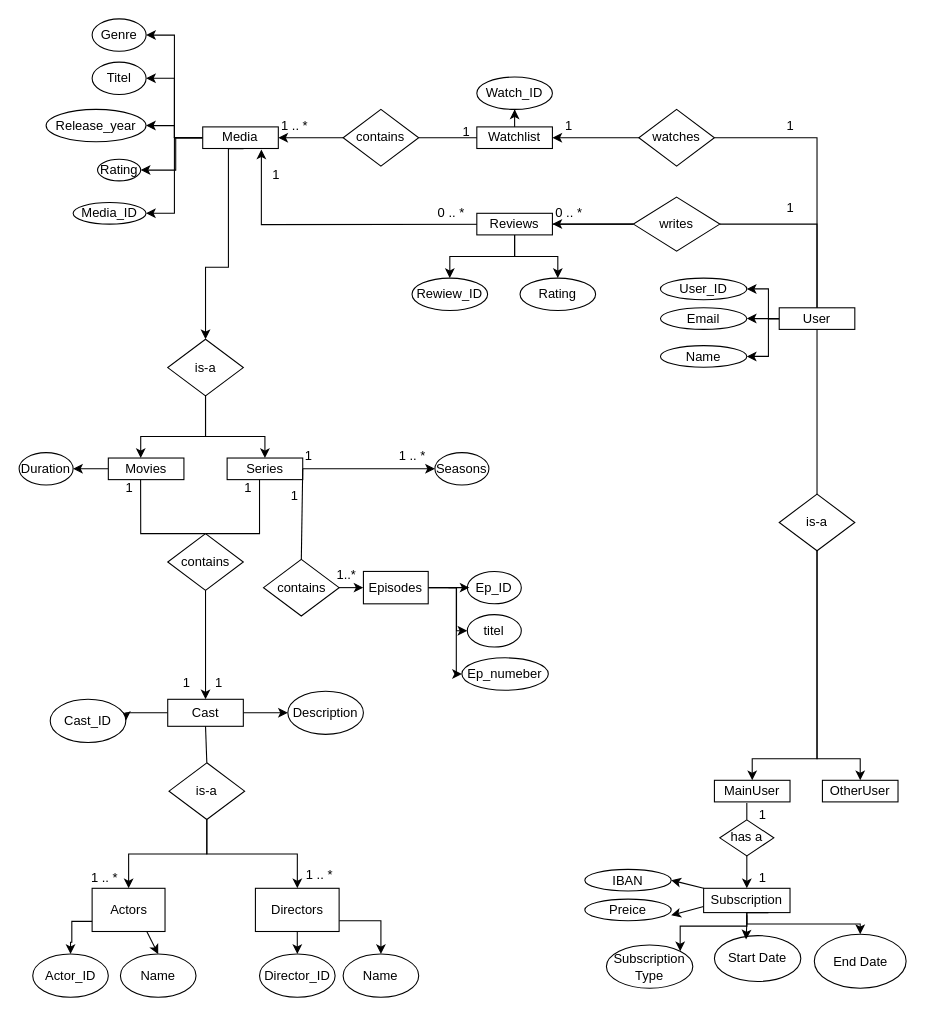
The draw.io diagram draw_io/ER.drawio in KevinGarrison/DataEngineeringProjects, before the edit. Source tidied: cells renumbered, new cells numbered last; positions are measured from the earlier drawing's top-left corner, leaving out a move shared by most shapes. Both pictures are drawn from the tidied source at 108%, with x=0, y=0 at pixel (18, 18).
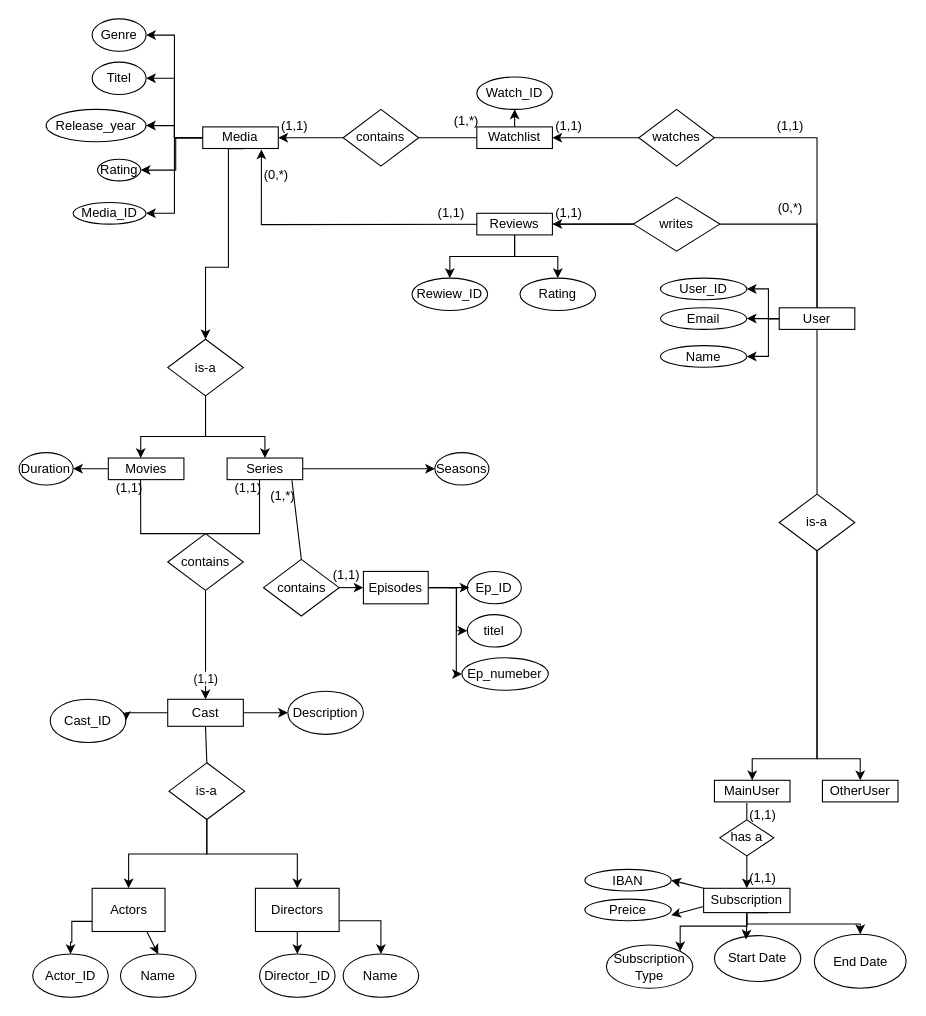
Above is the later version.

Unchanged cells that the change refers to:
```xml
<mxCell id="15" value="Series" style="rounded=0;whiteSpace=wrap;html=1;" parent="1" vertex="1">
  <mxGeometry x="192.8" y="406.6" width="70" height="20" as="geometry" />
</mxCell>
<mxCell id="63" value="contains" style="rhombus;whiteSpace=wrap;html=1;" parent="1" vertex="1">
  <mxGeometry x="226.5" y="500.4" width="70" height="52.5" as="geometry" />
</mxCell>
<mxCell id="68" style="edgeStyle=orthogonalEdgeStyle;rounded=0;jettySize=auto;html=1;entryX=0.5;entryY=0;entryDx=0;entryDy=0;exitX=0.5;exitY=1;exitDx=0;exitDy=0;" parent="1" edge="1" source="21" target="67">
  <mxGeometry relative="1" as="geometry" />
</mxCell>
```

The edit, as a diff of the source:
```diff
@@
-    <mxCell id="64" style="endArrow=none;html=1;rounded=0;entryX=1;entryY=0.5;entryDx=0;entryDy=0;exitX=0.5;exitY=0;exitDx=0;exitDy=0;" parent="1" edge="1" source="63" target="15">
+    <mxCell id="64" style="endArrow=none;html=1;rounded=0;entryX=0.676;entryY=0.02;entryDx=0;entryDy=0;exitX=0.5;exitY=0;exitDx=0;exitDy=0;entryPerimeter=0;" parent="1" edge="1" source="63" target="113">
       <mxGeometry relative="1" as="geometry" />
     </mxCell>
@@
+    <mxCell id="121" value="(1,1)" style="edgeLabel;html=1;align=center;verticalAlign=middle;" parent="68" vertex="1">
+      <mxGeometry x="0.61" relative="1" as="geometry" />
+    </mxCell>
@@
-    <mxCell id="100" value="1 .. *" style="text;html=1;align=center;verticalAlign=middle;strokeColor=none;fillColor=none;" parent="1" vertex="1">
+    <mxCell id="100" value="(1,1)" style="text;html=1;align=center;verticalAlign=middle;strokeColor=none;fillColor=none;" parent="1" vertex="1">
       <mxGeometry x="230.2" y="83.8" width="50" height="30" as="geometry" />
     </mxCell>
-    <mxCell id="101" value="0 .. *" style="text;html=1;align=center;verticalAlign=middle;strokeColor=none;fillColor=none;" parent="1" vertex="1">
+    <mxCell id="101" value="(1,1)" style="text;html=1;align=center;verticalAlign=middle;strokeColor=none;fillColor=none;" parent="1" vertex="1">
       <mxGeometry x="484" y="165" width="50" height="30" as="geometry" />
     </mxCell>
-    <mxCell id="102" value="1" style="text;html=1;align=center;verticalAlign=middle;strokeColor=none;fillColor=none;" parent="1" vertex="1">
-      <mxGeometry x="494" y="83.8" width="30" height="30" as="geometry" />
+    <mxCell id="102" value="(1,1)" style="text;html=1;align=center;verticalAlign=middle;strokeColor=none;fillColor=none;" parent="1" vertex="1">
+      <mxGeometry x="484" y="83.8" width="50" height="30" as="geometry" />
     </mxCell>
-    <mxCell id="103" value="1" style="text;html=1;align=center;verticalAlign=middle;strokeColor=none;fillColor=none;" parent="1" vertex="1">
-      <mxGeometry x="699" y="83.8" width="30" height="30" as="geometry" />
+    <mxCell id="103" value="(1,1)" style="text;html=1;align=center;verticalAlign=middle;strokeColor=none;fillColor=none;" parent="1" vertex="1">
+      <mxGeometry x="689" y="83.8" width="50" height="30" as="geometry" />
     </mxCell>
-    <mxCell id="104" value="1" style="text;html=1;align=center;verticalAlign=middle;strokeColor=none;fillColor=none;" parent="1" vertex="1">
-      <mxGeometry x="399" y="90" width="30" height="30" as="geometry" />
+    <mxCell id="104" value="(1,*)" style="text;html=1;align=center;verticalAlign=middle;strokeColor=none;fillColor=none;" parent="1" vertex="1">
+      <mxGeometry x="389" y="80" width="50" height="30" as="geometry" />
     </mxCell>
-    <mxCell id="105" value="1" style="text;html=1;align=center;verticalAlign=middle;strokeColor=none;fillColor=none;" parent="1" vertex="1">
-      <mxGeometry x="699" y="160" width="30" height="30" as="geometry" />
+    <mxCell id="105" value="(0,*)" style="text;html=1;align=center;verticalAlign=middle;strokeColor=none;fillColor=none;" parent="1" vertex="1">
+      <mxGeometry x="689" y="160" width="50" height="30" as="geometry" />
     </mxCell>
-    <mxCell id="106" value="1" style="text;html=1;align=center;verticalAlign=middle;whiteSpace=wrap;rounded=0;" parent="1" vertex="1">
+    <mxCell id="106" value="(1,1)" style="text;html=1;align=center;verticalAlign=middle;whiteSpace=wrap;rounded=0;" parent="1" vertex="1">
       <mxGeometry x="674" y="725" width="30" height="23.4" as="geometry" />
     </mxCell>
-    <mxCell id="107" value="1" style="text;html=1;align=center;verticalAlign=middle;whiteSpace=wrap;rounded=0;" parent="1" vertex="1">
+    <mxCell id="107" value="(1,1)" style="text;html=1;align=center;verticalAlign=middle;whiteSpace=wrap;rounded=0;" parent="1" vertex="1">
       <mxGeometry x="674" y="784.1" width="30" height="23.4" as="geometry" />
     </mxCell>
@@
-    <mxCell id="109" value="0 .. *" style="text;html=1;align=center;verticalAlign=middle;strokeColor=none;fillColor=none;" parent="1" vertex="1">
+    <mxCell id="109" value="(1,1)" style="text;html=1;align=center;verticalAlign=middle;strokeColor=none;fillColor=none;" parent="1" vertex="1">
       <mxGeometry x="375.2" y="165" width="50" height="30" as="geometry" />
     </mxCell>
-    <mxCell id="110" value="1" style="text;html=1;align=center;verticalAlign=middle;strokeColor=none;fillColor=none;" parent="1" vertex="1">
-      <mxGeometry x="222.8" y="130" width="30" height="30" as="geometry" />
+    <mxCell id="110" value="(0,*)" style="text;html=1;align=center;verticalAlign=middle;strokeColor=none;fillColor=none;" parent="1" vertex="1">
+      <mxGeometry x="212.8" y="130" width="50" height="30" as="geometry" />
     </mxCell>
-    <mxCell id="111" value="1" style="text;html=1;align=center;verticalAlign=middle;strokeColor=none;fillColor=none;" parent="1" vertex="1">
-      <mxGeometry x="252.8" y="390" width="30" height="30" as="geometry" />
-    </mxCell>
-    <mxCell id="112" value="1 .. *" style="text;html=1;align=center;verticalAlign=middle;strokeColor=none;fillColor=none;" parent="1" vertex="1">
-      <mxGeometry x="339" y="390" width="50" height="30" as="geometry" />
-    </mxCell>
-    <mxCell id="113" value="1" style="text;html=1;align=center;verticalAlign=middle;points=[];strokeColor=none;fillColor=none;" parent="1" vertex="1">
-      <mxGeometry x="240.2" y="426.6" width="30" height="30" as="geometry" />
+    <mxCell id="113" value="(1,*)" style="text;html=1;align=center;verticalAlign=middle;points=[];strokeColor=none;fillColor=none;" parent="1" vertex="1">
+      <mxGeometry x="219" y="426.6" width="50" height="30" as="geometry" />
     </mxCell>
-    <mxCell id="114" value="1..*" style="text;html=1;align=center;verticalAlign=middle;strokeColor=none;fillColor=none;" parent="1" vertex="1">
-      <mxGeometry x="282.8" y="500.4" width="40" height="30" as="geometry" />
+    <mxCell id="114" value="(1,1)" style="text;html=1;align=center;verticalAlign=middle;strokeColor=none;fillColor=none;" parent="1" vertex="1">
+      <mxGeometry x="277.8" y="500.4" width="50" height="30" as="geometry" />
     </mxCell>
-    <mxCell id="115" value="1" style="text;html=1;align=center;verticalAlign=middle;strokeColor=none;fillColor=none;" parent="1" vertex="1">
-      <mxGeometry x="196.5" y="420" width="30" height="30" as="geometry" />
+    <mxCell id="115" value="(1,1)" style="text;html=1;align=center;verticalAlign=middle;strokeColor=none;fillColor=none;" parent="1" vertex="1">
+      <mxGeometry x="186.5" y="420" width="50" height="30" as="geometry" />
     </mxCell>
-    <mxCell id="116" value="1" style="text;html=1;align=center;verticalAlign=middle;strokeColor=none;fillColor=none;" parent="1" vertex="1">
-      <mxGeometry x="170.2" y="600" width="30" height="30" as="geometry" />
-    </mxCell>
-    <mxCell id="117" value="1" style="text;html=1;align=center;verticalAlign=middle;strokeColor=none;fillColor=none;" parent="1" vertex="1">
-      <mxGeometry x="86.5" y="420" width="30" height="30" as="geometry" />
+    <mxCell id="117" value="(1,1)" style="text;html=1;align=center;verticalAlign=middle;strokeColor=none;fillColor=none;" parent="1" vertex="1">
+      <mxGeometry x="76.5" y="420" width="50" height="30" as="geometry" />
     </mxCell>
-    <mxCell id="118" value="1" style="text;html=1;align=center;verticalAlign=middle;strokeColor=none;fillColor=none;" parent="1" vertex="1">
-      <mxGeometry x="140.2" y="600" width="30" height="30" as="geometry" />
-    </mxCell>
-    <mxCell id="119" value="1 .. *" style="text;html=1;align=center;verticalAlign=middle;strokeColor=none;fillColor=none;" parent="1" vertex="1">
-      <mxGeometry x="54" y="780.8" width="50" height="30" as="geometry" />
-    </mxCell>
-    <mxCell id="120" value="1 .. *" style="text;html=1;align=center;verticalAlign=middle;strokeColor=none;fillColor=none;" parent="1" vertex="1">
-      <mxGeometry x="252.8" y="777.5" width="50" height="30" as="geometry" />
-    </mxCell>
```
